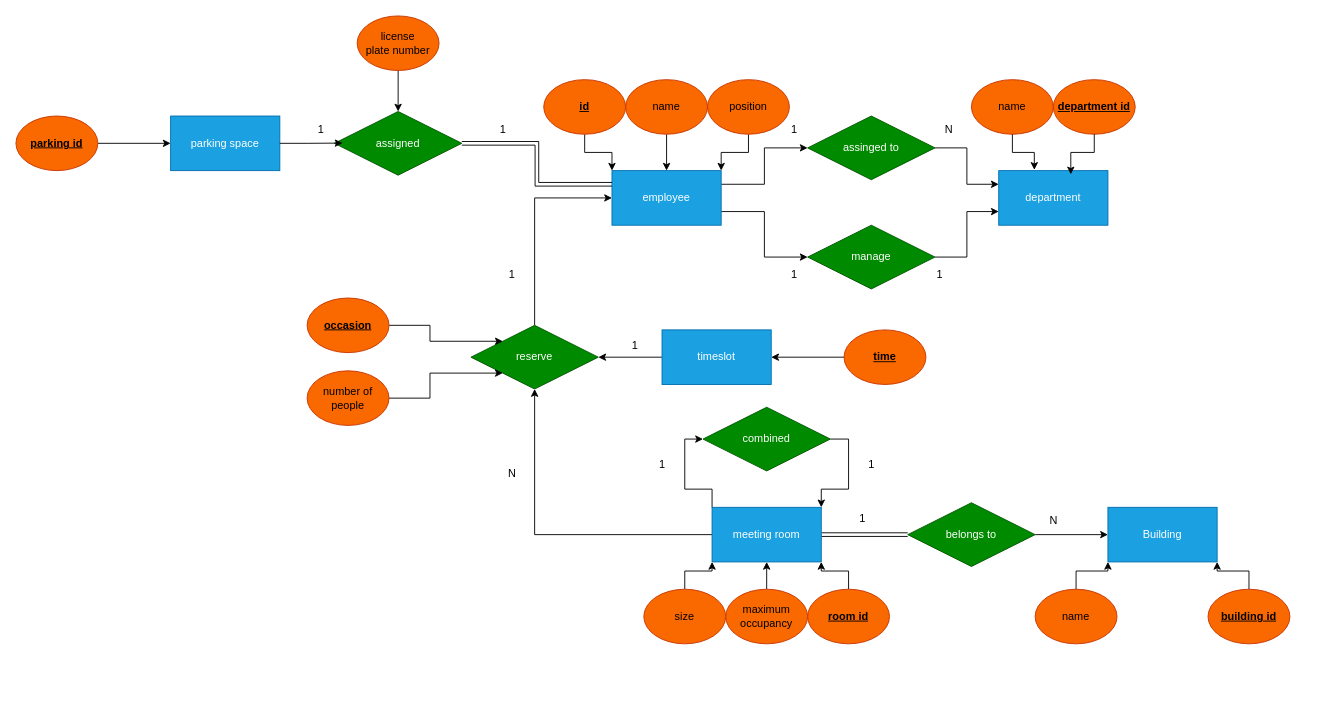
This is RoomReservation.drawio from UberMensh0/Databases, a draw.io file, before an edit. Source tidied: cells renumbered, new cells numbered last; positions are measured from the earlier drawing's top-left corner, leaving out a move shared by most shapes. Both pictures are drawn from the tidied source at 91%, with x=0, y=0 at pixel (15, 15).
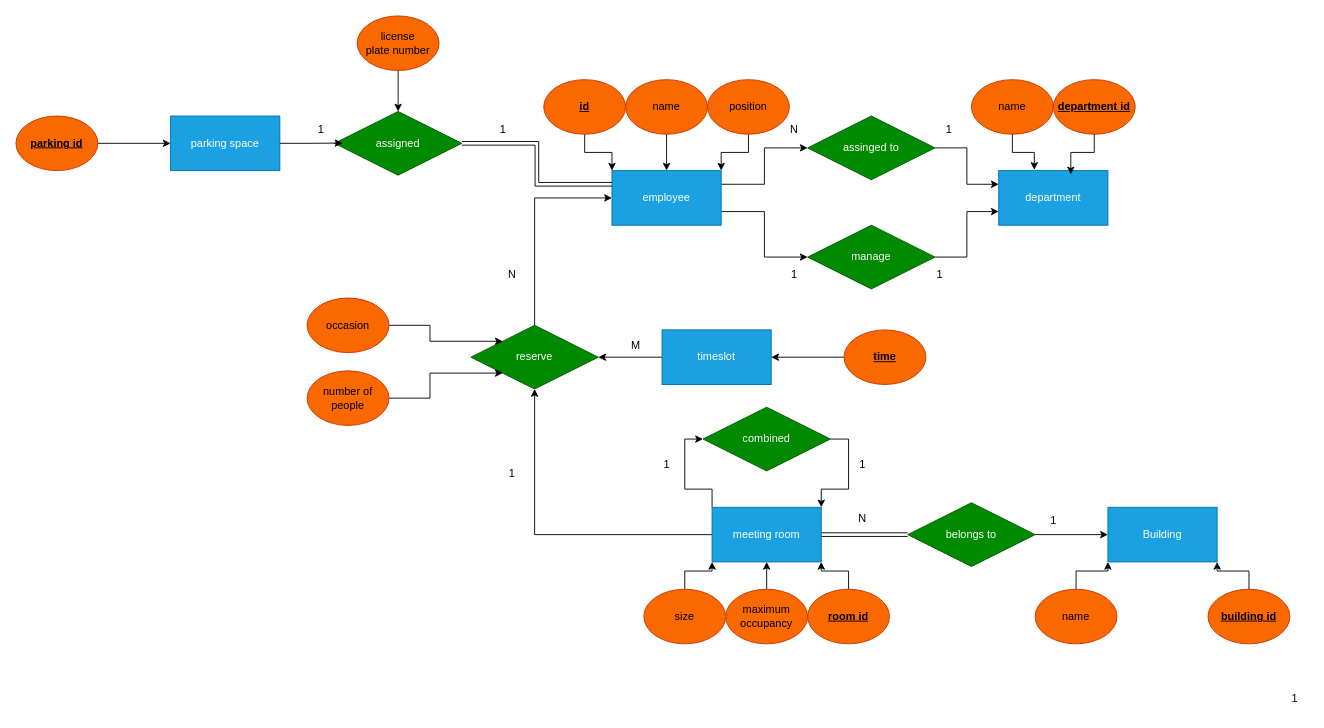
Above is the later version.

The edit, as a diff of the source:
```diff
@@
-    <mxCell id="20" value="&lt;div&gt;1&lt;/div&gt;" style="text;html=1;align=center;verticalAlign=middle;strokeColor=none;fillColor=none;" parent="1" vertex="1">
+    <mxCell id="20" value="N" style="text;html=1;align=center;verticalAlign=middle;strokeColor=none;fillColor=none;" parent="1" vertex="1">
       <mxGeometry x="840" y="110" width="30" height="30" as="geometry" />
     </mxCell>
-    <mxCell id="21" value="&lt;div&gt;N&lt;/div&gt;" style="text;html=1;align=center;verticalAlign=middle;strokeColor=none;fillColor=none;" parent="1" vertex="1">
+    <mxCell id="21" value="1" style="text;html=1;align=center;verticalAlign=middle;strokeColor=none;fillColor=none;" parent="1" vertex="1">
       <mxGeometry x="1010" y="110" width="30" height="30" as="geometry" />
     </mxCell>
@@
     <mxCell id="36" value="1" style="text;html=1;align=center;verticalAlign=middle;strokeColor=none;fillColor=none;" parent="1" vertex="1">
-      <mxGeometry x="695" y="478" width="30" height="30" as="geometry" />
+      <mxGeometry x="1390" y="735" width="30" height="30" as="geometry" />
     </mxCell>
     <mxCell id="37" value="1" style="text;html=1;align=center;verticalAlign=middle;strokeColor=none;fillColor=none;" parent="1" vertex="1">
-      <mxGeometry x="925" y="478" width="30" height="30" as="geometry" />
+      <mxGeometry x="915" y="478" width="30" height="30" as="geometry" />
     </mxCell>
@@
-    <mxCell id="45" value="1" style="text;html=1;align=center;verticalAlign=middle;strokeColor=none;fillColor=none;" parent="1" vertex="1">
+    <mxCell id="45" value="N" style="text;html=1;align=center;verticalAlign=middle;strokeColor=none;fillColor=none;" parent="1" vertex="1">
       <mxGeometry x="915" y="538" width="30" height="30" as="geometry" />
     </mxCell>
-    <mxCell id="46" value="N" style="text;html=1;align=center;verticalAlign=middle;strokeColor=none;fillColor=none;" parent="1" vertex="1">
+    <mxCell id="46" value="&lt;div&gt;1&lt;/div&gt;" style="text;html=1;align=center;verticalAlign=middle;strokeColor=none;fillColor=none;" parent="1" vertex="1">
       <mxGeometry x="1125" y="540" width="30" height="30" as="geometry" />
     </mxCell>
@@
-    <mxCell id="54" value="&lt;u&gt;&lt;b&gt;occasion&lt;/b&gt;&lt;/u&gt;" style="ellipse;whiteSpace=wrap;html=1;fillColor=#fa6800;fontColor=#000000;strokeColor=#C73500;" parent="1" vertex="1">
+    <mxCell id="54" value="occasion" style="ellipse;whiteSpace=wrap;html=1;fillColor=#fa6800;fontColor=#000000;strokeColor=#C73500;" parent="1" vertex="1">
       <mxGeometry x="320" y="310" width="90" height="60" as="geometry" />
     </mxCell>
@@
-    <mxCell id="57" value="1" style="text;html=1;align=center;verticalAlign=middle;strokeColor=none;fillColor=none;" parent="1" vertex="1">
+    <mxCell id="57" value="N" style="text;html=1;align=center;verticalAlign=middle;strokeColor=none;fillColor=none;" parent="1" vertex="1">
       <mxGeometry x="530" y="270" width="30" height="30" as="geometry" />
     </mxCell>
-    <mxCell id="58" value="N" style="text;html=1;align=center;verticalAlign=middle;strokeColor=none;fillColor=none;" parent="1" vertex="1">
+    <mxCell id="58" value="1" style="text;html=1;align=center;verticalAlign=middle;strokeColor=none;fillColor=none;" parent="1" vertex="1">
       <mxGeometry x="530" y="488" width="30" height="30" as="geometry" />
     </mxCell>
-    <mxCell id="59" value="1" style="text;html=1;align=center;verticalAlign=middle;strokeColor=none;fillColor=none;" parent="1" vertex="1">
-      <mxGeometry x="665" y="348" width="30" height="30" as="geometry" />
+    <mxCell id="59" value="M" style="text;html=1;align=center;verticalAlign=middle;strokeColor=none;fillColor=none;" parent="1" vertex="1">
+      <mxGeometry x="667" y="350" width="27" height="26" as="geometry" />
     </mxCell>
@@
+    <mxCell id="70" value="1" style="text;html=1;align=center;verticalAlign=middle;strokeColor=none;fillColor=none;" parent="1" vertex="1">
+      <mxGeometry x="700" y="478" width="30" height="30" as="geometry" />
+    </mxCell>
```
